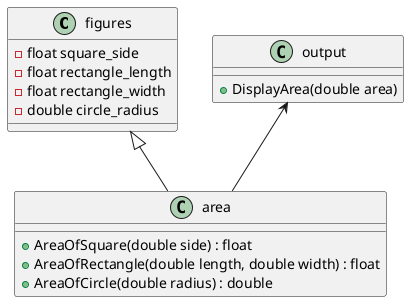
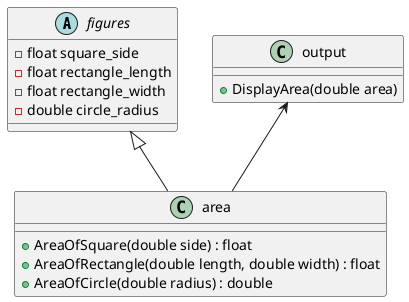
@startuml
- class figures{
+ abstract class figures{
    - float square_side
    - float rectangle_length
    - float rectangle_width
    - double circle_radius
}
class area{
    + AreaOfSquare(double side) : float
    + AreaOfRectangle(double length, double width) : float
    + AreaOfCircle(double radius) : double
}
class output{
    + DisplayArea(double area)
}
figures <|-- area
output <-- area



@enduml
